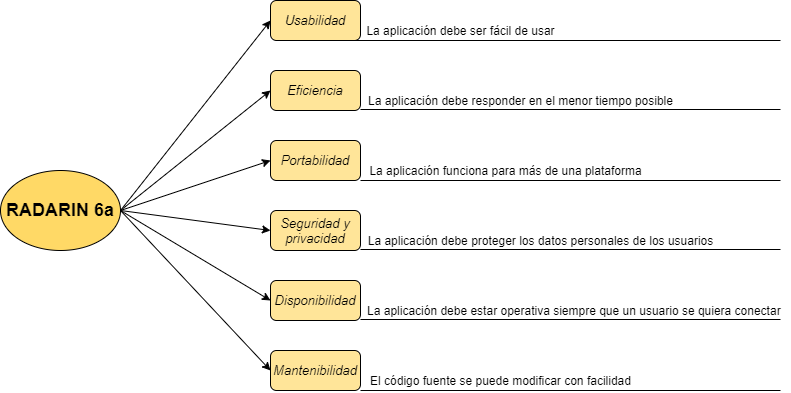
Above: webapp/docs/images/arbolAtributosCalidad.png in Arquisoft/radarin_es6a (draw.io), before the change. Source tidied: cells renumbered, new cells last; positions are measured from the earlier drawing's top-left corner, leaving out a move shared by most shapes. Source of this version:
```xml
<mxGraphModel>
  <root>
    <mxCell id="0" />
    <mxCell id="1" parent="0" />
    <mxCell id="2" style="edgeStyle=none;rounded=0;jettySize=auto;html=1;exitX=1;exitY=0.5;exitDx=0;exitDy=0;entryX=0;entryY=0.5;entryDx=0;entryDy=0;" parent="1" edge="1" source="8" target="9">
      <mxGeometry relative="1" as="geometry" />
    </mxCell>
    <mxCell id="3" style="edgeStyle=none;rounded=0;jettySize=auto;html=1;exitX=1;exitY=0.5;exitDx=0;exitDy=0;entryX=0;entryY=0.5;entryDx=0;entryDy=0;" parent="1" edge="1" source="8" target="10">
      <mxGeometry relative="1" as="geometry" />
    </mxCell>
    <mxCell id="4" style="edgeStyle=none;rounded=0;jettySize=auto;html=1;exitX=1;exitY=0.5;exitDx=0;exitDy=0;entryX=0;entryY=0.5;entryDx=0;entryDy=0;" parent="1" edge="1" source="8" target="11">
      <mxGeometry relative="1" as="geometry" />
    </mxCell>
    <mxCell id="5" style="edgeStyle=none;rounded=0;jettySize=auto;html=1;exitX=1;exitY=0.5;exitDx=0;exitDy=0;entryX=0;entryY=0.5;entryDx=0;entryDy=0;" parent="1" edge="1" source="8" target="12">
      <mxGeometry relative="1" as="geometry" />
    </mxCell>
    <mxCell id="6" style="edgeStyle=none;rounded=0;jettySize=auto;html=1;exitX=1;exitY=0.5;exitDx=0;exitDy=0;entryX=0;entryY=0.5;entryDx=0;entryDy=0;" parent="1" edge="1" source="8" target="13">
      <mxGeometry relative="1" as="geometry" />
    </mxCell>
    <mxCell id="7" style="edgeStyle=none;rounded=0;jettySize=auto;html=1;exitX=1;exitY=0.5;exitDx=0;exitDy=0;entryX=0;entryY=0.5;entryDx=0;entryDy=0;" parent="1" edge="1" source="8" target="14">
      <mxGeometry relative="1" as="geometry" />
    </mxCell>
    <mxCell id="8" value="&lt;font style=&quot;font-size: 18px&quot;&gt;&lt;b&gt;RADARIN 6a&lt;/b&gt;&lt;/font&gt;" style="ellipse;whiteSpace=wrap;html=1;fillColor=#FFD966;" parent="1" vertex="1">
      <mxGeometry y="170" width="120" height="80" as="geometry" />
    </mxCell>
    <mxCell id="9" value="&lt;font style=&quot;font-size: 13px&quot;&gt;&lt;i&gt;Usabilidad&lt;/i&gt;&lt;/font&gt;" style="rounded=1;whiteSpace=wrap;html=1;fillColor=#FFE599;fontSize=13;" parent="1" vertex="1">
      <mxGeometry x="270" width="90" height="40" as="geometry" />
    </mxCell>
    <mxCell id="10" value="&lt;i&gt;&lt;font style=&quot;font-size: 13px&quot;&gt;Eficiencia&lt;/font&gt;&lt;/i&gt;" style="rounded=1;whiteSpace=wrap;html=1;fillColor=#FFE599;" parent="1" vertex="1">
      <mxGeometry x="270" y="70" width="90" height="40" as="geometry" />
    </mxCell>
    <mxCell id="11" value="&lt;font style=&quot;font-size: 13px&quot;&gt;&lt;i&gt;Portabilidad&lt;/i&gt;&lt;/font&gt;" style="rounded=1;whiteSpace=wrap;html=1;fillColor=#FFE599;" parent="1" vertex="1">
      <mxGeometry x="270" y="140" width="90" height="40" as="geometry" />
    </mxCell>
    <mxCell id="12" value="&lt;font style=&quot;font-size: 13px&quot;&gt;&lt;i&gt;Seguridad y privacidad&lt;/i&gt;&lt;/font&gt;" style="rounded=1;whiteSpace=wrap;html=1;fillColor=#FFE599;" parent="1" vertex="1">
      <mxGeometry x="270" y="210" width="90" height="40" as="geometry" />
    </mxCell>
    <mxCell id="13" value="&lt;font style=&quot;font-size: 13px&quot;&gt;&lt;i&gt;Disponibilidad&lt;/i&gt;&lt;/font&gt;" style="rounded=1;whiteSpace=wrap;html=1;fillColor=#FFE599;" parent="1" vertex="1">
      <mxGeometry x="270" y="280" width="90" height="40" as="geometry" />
    </mxCell>
    <mxCell id="14" value="&lt;font style=&quot;font-size: 13px&quot;&gt;&lt;i&gt;Mantenibilidad&lt;/i&gt;&lt;/font&gt;" style="rounded=1;whiteSpace=wrap;html=1;fillColor=#FFE599;" parent="1" vertex="1">
      <mxGeometry x="270" y="350" width="90" height="40" as="geometry" />
    </mxCell>
    <mxCell id="15" style="endArrow=none;html=1;" parent="1" edge="1">
      <mxGeometry relative="1" as="geometry">
        <mxPoint x="350" y="40" as="sourcePoint" />
        <mxPoint x="780" y="40" as="targetPoint" />
      </mxGeometry>
    </mxCell>
    <mxCell id="16" value="La aplicación debe ser fácil de usar" style="text;html=1;align=center;verticalAlign=middle;" parent="1" vertex="1">
      <mxGeometry x="360" y="20" width="200" height="20" as="geometry" />
    </mxCell>
    <mxCell id="17" value="La aplicación debe responder en el menor tiempo posible" style="text;html=1;align=center;verticalAlign=middle;" parent="1" vertex="1">
      <mxGeometry x="360" y="90" width="320" height="20" as="geometry" />
    </mxCell>
    <mxCell id="18" value="La aplicación funciona para más de una plataforma" style="text;html=1;align=center;verticalAlign=middle;" parent="1" vertex="1">
      <mxGeometry x="360" y="160" width="290" height="20" as="geometry" />
    </mxCell>
    <mxCell id="19" value="La aplicación debe proteger los datos personales de los usuarios" style="text;html=1;align=center;verticalAlign=middle;" parent="1" vertex="1">
      <mxGeometry x="360" y="230" width="360" height="20" as="geometry" />
    </mxCell>
    <mxCell id="20" value="El código fuente se puede modificar con facilidad" style="text;html=1;align=center;verticalAlign=middle;" parent="1" vertex="1">
      <mxGeometry x="360" y="370" width="280" height="20" as="geometry" />
    </mxCell>
    <mxCell id="21" style="endArrow=none;html=1;" parent="1" edge="1">
      <mxGeometry relative="1" as="geometry">
        <mxPoint x="360" y="109" as="sourcePoint" />
        <mxPoint x="780" y="109" as="targetPoint" />
      </mxGeometry>
    </mxCell>
    <mxCell id="22" style="endArrow=none;html=1;" parent="1" edge="1">
      <mxGeometry relative="1" as="geometry">
        <mxPoint x="360" y="180" as="sourcePoint" />
        <mxPoint x="780" y="180" as="targetPoint" />
      </mxGeometry>
    </mxCell>
    <mxCell id="23" style="endArrow=none;html=1;" parent="1" edge="1">
      <mxGeometry relative="1" as="geometry">
        <mxPoint x="360" y="249" as="sourcePoint" />
        <mxPoint x="780" y="249" as="targetPoint" />
      </mxGeometry>
    </mxCell>
    <mxCell id="24" style="endArrow=none;html=1;" parent="1" edge="1">
      <mxGeometry relative="1" as="geometry">
        <mxPoint x="360" y="390" as="sourcePoint" />
        <mxPoint x="780" y="390" as="targetPoint" />
      </mxGeometry>
    </mxCell>
    <mxCell id="25" value="La aplicación debe estar operativa siempre que un usuario se quiera conectar&amp;nbsp;" style="text;html=1;align=center;verticalAlign=middle;points=[];" parent="1" vertex="1">
      <mxGeometry x="360" y="300" width="430" height="20" as="geometry" />
    </mxCell>
    <mxCell id="26" style="endArrow=none;html=1;" parent="1" edge="1" target="25">
      <mxGeometry relative="1" as="geometry">
        <mxPoint x="360" y="320" as="sourcePoint" />
      </mxGeometry>
    </mxCell>
    <mxCell id="27" style="endArrow=none;html=1;" parent="1" edge="1">
      <mxGeometry relative="1" as="geometry">
        <mxPoint x="360" y="319" as="sourcePoint" />
        <mxPoint x="780" y="319" as="targetPoint" />
      </mxGeometry>
    </mxCell>
  </root>
</mxGraphModel>
```
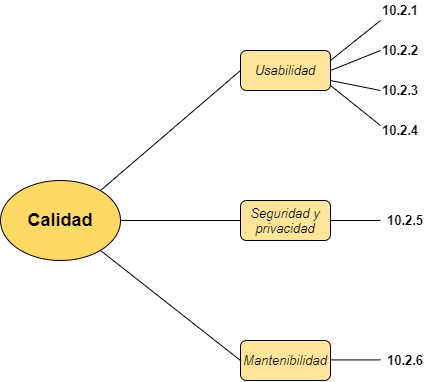
After the change.

Diff of the diagram source:
```diff
@@ -2,103 +2,90 @@
   <root>
     <mxCell id="0" />
     <mxCell id="1" parent="0" />
-    <mxCell id="2" style="edgeStyle=none;rounded=0;jettySize=auto;html=1;exitX=1;exitY=0.5;exitDx=0;exitDy=0;entryX=0;entryY=0.5;entryDx=0;entryDy=0;" parent="1" edge="1" source="8" target="9">
-      <mxGeometry relative="1" as="geometry" />
-    </mxCell>
-    <mxCell id="3" style="edgeStyle=none;rounded=0;jettySize=auto;html=1;exitX=1;exitY=0.5;exitDx=0;exitDy=0;entryX=0;entryY=0.5;entryDx=0;entryDy=0;" parent="1" edge="1" source="8" target="10">
-      <mxGeometry relative="1" as="geometry" />
-    </mxCell>
-    <mxCell id="4" style="edgeStyle=none;rounded=0;jettySize=auto;html=1;exitX=1;exitY=0.5;exitDx=0;exitDy=0;entryX=0;entryY=0.5;entryDx=0;entryDy=0;" parent="1" edge="1" source="8" target="11">
-      <mxGeometry relative="1" as="geometry" />
-    </mxCell>
-    <mxCell id="5" style="edgeStyle=none;rounded=0;jettySize=auto;html=1;exitX=1;exitY=0.5;exitDx=0;exitDy=0;entryX=0;entryY=0.5;entryDx=0;entryDy=0;" parent="1" edge="1" source="8" target="12">
-      <mxGeometry relative="1" as="geometry" />
-    </mxCell>
-    <mxCell id="6" style="edgeStyle=none;rounded=0;jettySize=auto;html=1;exitX=1;exitY=0.5;exitDx=0;exitDy=0;entryX=0;entryY=0.5;entryDx=0;entryDy=0;" parent="1" edge="1" source="8" target="13">
-      <mxGeometry relative="1" as="geometry" />
-    </mxCell>
-    <mxCell id="7" style="edgeStyle=none;rounded=0;jettySize=auto;html=1;exitX=1;exitY=0.5;exitDx=0;exitDy=0;entryX=0;entryY=0.5;entryDx=0;entryDy=0;" parent="1" edge="1" source="8" target="14">
-      <mxGeometry relative="1" as="geometry" />
-    </mxCell>
-    <mxCell id="8" value="&lt;font style=&quot;font-size: 18px&quot;&gt;&lt;b&gt;RADARIN 6a&lt;/b&gt;&lt;/font&gt;" style="ellipse;whiteSpace=wrap;html=1;fillColor=#FFD966;" parent="1" vertex="1">
-      <mxGeometry y="170" width="120" height="80" as="geometry" />
+    <mxCell id="8" value="&lt;font style=&quot;font-size: 18px&quot;&gt;&lt;b&gt;Calidad&lt;/b&gt;&lt;/font&gt;" style="ellipse;whiteSpace=wrap;html=1;fillColor=#FFD966;" parent="1" vertex="1">
+      <mxGeometry x="10" y="150" width="120" height="80" as="geometry" />
     </mxCell>
-    <mxCell id="9" value="&lt;font style=&quot;font-size: 13px&quot;&gt;&lt;i&gt;Usabilidad&lt;/i&gt;&lt;/font&gt;" style="rounded=1;whiteSpace=wrap;html=1;fillColor=#FFE599;fontSize=13;" parent="1" vertex="1">
-      <mxGeometry x="270" width="90" height="40" as="geometry" />
+    <mxCell id="9" value="&lt;font style=&quot;font-size: 13px;&quot;&gt;&lt;i style=&quot;font-size: 13px;&quot;&gt;Usabilidad&lt;/i&gt;&lt;/font&gt;" style="rounded=1;whiteSpace=wrap;html=1;fillColor=#FFE599;fontSize=13;" parent="1" vertex="1">
+      <mxGeometry x="250" y="20" width="90" height="40" as="geometry" />
     </mxCell>
-    <mxCell id="10" value="&lt;i&gt;&lt;font style=&quot;font-size: 13px&quot;&gt;Eficiencia&lt;/font&gt;&lt;/i&gt;" style="rounded=1;whiteSpace=wrap;html=1;fillColor=#FFE599;" parent="1" vertex="1">
-      <mxGeometry x="270" y="70" width="90" height="40" as="geometry" />
-    </mxCell>
-    <mxCell id="11" value="&lt;font style=&quot;font-size: 13px&quot;&gt;&lt;i&gt;Portabilidad&lt;/i&gt;&lt;/font&gt;" style="rounded=1;whiteSpace=wrap;html=1;fillColor=#FFE599;" parent="1" vertex="1">
-      <mxGeometry x="270" y="140" width="90" height="40" as="geometry" />
-    </mxCell>
-    <mxCell id="12" value="&lt;font style=&quot;font-size: 13px&quot;&gt;&lt;i&gt;Seguridad y privacidad&lt;/i&gt;&lt;/font&gt;" style="rounded=1;whiteSpace=wrap;html=1;fillColor=#FFE599;" parent="1" vertex="1">
-      <mxGeometry x="270" y="210" width="90" height="40" as="geometry" />
+    <mxCell id="12" value="&lt;font style=&quot;font-size: 13px;&quot;&gt;&lt;i style=&quot;font-size: 13px;&quot;&gt;Seguridad y privacidad&lt;/i&gt;&lt;/font&gt;" style="rounded=1;whiteSpace=wrap;html=1;fillColor=#FFE599;fontSize=13;" parent="1" vertex="1">
+      <mxGeometry x="250" y="170" width="90" height="40" as="geometry" />
     </mxCell>
-    <mxCell id="13" value="&lt;font style=&quot;font-size: 13px&quot;&gt;&lt;i&gt;Disponibilidad&lt;/i&gt;&lt;/font&gt;" style="rounded=1;whiteSpace=wrap;html=1;fillColor=#FFE599;" parent="1" vertex="1">
-      <mxGeometry x="270" y="280" width="90" height="40" as="geometry" />
-    </mxCell>
-    <mxCell id="14" value="&lt;font style=&quot;font-size: 13px&quot;&gt;&lt;i&gt;Mantenibilidad&lt;/i&gt;&lt;/font&gt;" style="rounded=1;whiteSpace=wrap;html=1;fillColor=#FFE599;" parent="1" vertex="1">
-      <mxGeometry x="270" y="350" width="90" height="40" as="geometry" />
+    <mxCell id="14" value="&lt;font style=&quot;font-size: 13px;&quot;&gt;&lt;i style=&quot;font-size: 13px;&quot;&gt;Mantenibilidad&lt;/i&gt;&lt;/font&gt;" style="rounded=1;whiteSpace=wrap;html=1;fillColor=#FFE599;fontSize=13;" parent="1" vertex="1">
+      <mxGeometry x="250" y="310" width="90" height="40" as="geometry" />
     </mxCell>
-    <mxCell id="15" style="endArrow=none;html=1;" parent="1" edge="1">
-      <mxGeometry relative="1" as="geometry">
-        <mxPoint x="350" y="40" as="sourcePoint" />
-        <mxPoint x="780" y="40" as="targetPoint" />
-      </mxGeometry>
-    </mxCell>
-    <mxCell id="16" value="La aplicación debe ser fácil de usar" style="text;html=1;align=center;verticalAlign=middle;" parent="1" vertex="1">
-      <mxGeometry x="360" y="20" width="200" height="20" as="geometry" />
-    </mxCell>
-    <mxCell id="17" value="La aplicación debe responder en el menor tiempo posible" style="text;html=1;align=center;verticalAlign=middle;" parent="1" vertex="1">
-      <mxGeometry x="360" y="90" width="320" height="20" as="geometry" />
-    </mxCell>
-    <mxCell id="18" value="La aplicación funciona para más de una plataforma" style="text;html=1;align=center;verticalAlign=middle;" parent="1" vertex="1">
-      <mxGeometry x="360" y="160" width="290" height="20" as="geometry" />
-    </mxCell>
-    <mxCell id="19" value="La aplicación debe proteger los datos personales de los usuarios" style="text;html=1;align=center;verticalAlign=middle;" parent="1" vertex="1">
-      <mxGeometry x="360" y="230" width="360" height="20" as="geometry" />
-    </mxCell>
-    <mxCell id="20" value="El código fuente se puede modificar con facilidad" style="text;html=1;align=center;verticalAlign=middle;" parent="1" vertex="1">
-      <mxGeometry x="360" y="370" width="280" height="20" as="geometry" />
-    </mxCell>
-    <mxCell id="21" style="endArrow=none;html=1;" parent="1" edge="1">
-      <mxGeometry relative="1" as="geometry">
-        <mxPoint x="360" y="109" as="sourcePoint" />
-        <mxPoint x="780" y="109" as="targetPoint" />
-      </mxGeometry>
-    </mxCell>
-    <mxCell id="22" style="endArrow=none;html=1;" parent="1" edge="1">
-      <mxGeometry relative="1" as="geometry">
-        <mxPoint x="360" y="180" as="sourcePoint" />
-        <mxPoint x="780" y="180" as="targetPoint" />
-      </mxGeometry>
-    </mxCell>
-    <mxCell id="23" style="endArrow=none;html=1;" parent="1" edge="1">
-      <mxGeometry relative="1" as="geometry">
-        <mxPoint x="360" y="249" as="sourcePoint" />
-        <mxPoint x="780" y="249" as="targetPoint" />
-      </mxGeometry>
-    </mxCell>
-    <mxCell id="24" style="endArrow=none;html=1;" parent="1" edge="1">
-      <mxGeometry relative="1" as="geometry">
-        <mxPoint x="360" y="390" as="sourcePoint" />
-        <mxPoint x="780" y="390" as="targetPoint" />
-      </mxGeometry>
-    </mxCell>
-    <mxCell id="25" value="La aplicación debe estar operativa siempre que un usuario se quiera conectar&amp;nbsp;" style="text;html=1;align=center;verticalAlign=middle;points=[];" parent="1" vertex="1">
-      <mxGeometry x="360" y="300" width="430" height="20" as="geometry" />
-    </mxCell>
-    <mxCell id="26" style="endArrow=none;html=1;" parent="1" edge="1" target="25">
+    <mxCell id="26" style="endArrow=none;html=1;" parent="1" edge="1">
       <mxGeometry relative="1" as="geometry">
         <mxPoint x="360" y="320" as="sourcePoint" />
+        <mxPoint x="360" y="320" as="targetPoint" />
       </mxGeometry>
     </mxCell>
-    <mxCell id="27" style="endArrow=none;html=1;" parent="1" edge="1">
-      <mxGeometry relative="1" as="geometry">
-        <mxPoint x="360" y="319" as="sourcePoint" />
-        <mxPoint x="780" y="319" as="targetPoint" />
-      </mxGeometry>
-    </mxCell>
+    <mxCell id="28" value="10.2.2" style="text;html=1;strokeColor=none;fillColor=none;align=center;verticalAlign=middle;whiteSpace=wrap;rounded=0;fontStyle=1;fontSize=13;" parent="1" vertex="1">
+      <mxGeometry x="390" y="10" width="40" height="20" as="geometry" />
+    </mxCell>
+    <mxCell id="29" value="10.2.3" style="text;html=1;strokeColor=none;fillColor=none;align=center;verticalAlign=middle;whiteSpace=wrap;rounded=0;fontStyle=1;fontSize=13;" parent="1" vertex="1">
+      <mxGeometry x="390" y="50" width="40" height="20" as="geometry" />
+    </mxCell>
+    <mxCell id="30" value="10.2.4" style="text;html=1;strokeColor=none;fillColor=none;align=center;verticalAlign=middle;whiteSpace=wrap;rounded=0;fontStyle=1;fontSize=13;" parent="1" vertex="1">
+      <mxGeometry x="390" y="90" width="40" height="20" as="geometry" />
+    </mxCell>
+    <mxCell id="31" value="10.2.5" style="text;html=1;strokeColor=none;fillColor=none;align=center;verticalAlign=middle;whiteSpace=wrap;rounded=0;fontStyle=1;fontSize=13;" parent="1" vertex="1">
+      <mxGeometry x="395" y="180" width="40" height="20" as="geometry" />
+    </mxCell>
+    <mxCell id="32" value="10.2.6" style="text;html=1;strokeColor=none;fillColor=none;align=center;verticalAlign=middle;whiteSpace=wrap;rounded=0;fontStyle=1;fontSize=13;" parent="1" vertex="1">
+      <mxGeometry x="395" y="320" width="40" height="20" as="geometry" />
+    </mxCell>
+    <mxCell id="33" style="endArrow=none;html=1;entryX=0;entryY=0.5;entryDx=0;entryDy=0;" parent="1" edge="1" target="9">
+      <mxGeometry relative="1" as="geometry">
+        <mxPoint x="110" y="160" as="sourcePoint" />
+      </mxGeometry>
+    </mxCell>
+    <mxCell id="34" style="endArrow=none;html=1;" parent="1" edge="1">
+      <mxGeometry relative="1" as="geometry">
+        <mxPoint x="130" y="190" as="sourcePoint" />
+        <mxPoint x="250" y="190" as="targetPoint" />
+      </mxGeometry>
+    </mxCell>
+    <mxCell id="35" style="endArrow=none;html=1;" parent="1" edge="1">
+      <mxGeometry relative="1" as="geometry">
+        <mxPoint x="250" y="330" as="sourcePoint" />
+        <mxPoint x="110" y="220" as="targetPoint" />
+      </mxGeometry>
+    </mxCell>
+    <mxCell id="36" style="endArrow=none;html=1;entryX=0;entryY=1;entryDx=0;entryDy=0;" parent="1" edge="1" target="42">
+      <mxGeometry relative="1" as="geometry">
+        <mxPoint x="340" y="30" as="sourcePoint" />
+      </mxGeometry>
+    </mxCell>
+    <mxCell id="37" style="endArrow=none;html=1;entryX=0;entryY=0.25;entryDx=0;entryDy=0;" parent="1" edge="1" target="30">
+      <mxGeometry relative="1" as="geometry">
+        <mxPoint x="340" y="55" as="sourcePoint" />
+      </mxGeometry>
+    </mxCell>
+    <mxCell id="38" style="endArrow=none;html=1;exitX=1;exitY=0.5;exitDx=0;exitDy=0;" parent="1" edge="1" source="9">
+      <mxGeometry relative="1" as="geometry">
+        <mxPoint x="390" y="20" as="targetPoint" />
+      </mxGeometry>
+    </mxCell>
+    <mxCell id="39" style="endArrow=none;html=1;" parent="1" edge="1">
+      <mxGeometry relative="1" as="geometry">
+        <mxPoint x="340" y="50" as="sourcePoint" />
+        <mxPoint x="390" y="60" as="targetPoint" />
+      </mxGeometry>
+    </mxCell>
+    <mxCell id="40" style="endArrow=none;html=1;exitX=1;exitY=0.5;exitDx=0;exitDy=0;" parent="1" edge="1" source="12">
+      <mxGeometry relative="1" as="geometry">
+        <mxPoint x="390" y="190" as="targetPoint" />
+      </mxGeometry>
+    </mxCell>
+    <mxCell id="41" style="endArrow=none;html=1;exitX=1;exitY=0.5;exitDx=0;exitDy=0;" parent="1" edge="1">
+      <mxGeometry relative="1" as="geometry">
+        <mxPoint x="340" y="329.4" as="sourcePoint" />
+        <mxPoint x="390" y="329.4" as="targetPoint" />
+      </mxGeometry>
+    </mxCell>
+    <mxCell id="42" value="10.2.1" style="text;html=1;strokeColor=none;fillColor=none;align=center;verticalAlign=middle;whiteSpace=wrap;rounded=0;fontSize=13;fontStyle=1;" parent="1" vertex="1">
+      <mxGeometry x="390" y="-30" width="40" height="20" as="geometry" />
+    </mxCell>
   </root>
 </mxGraphModel>
```
